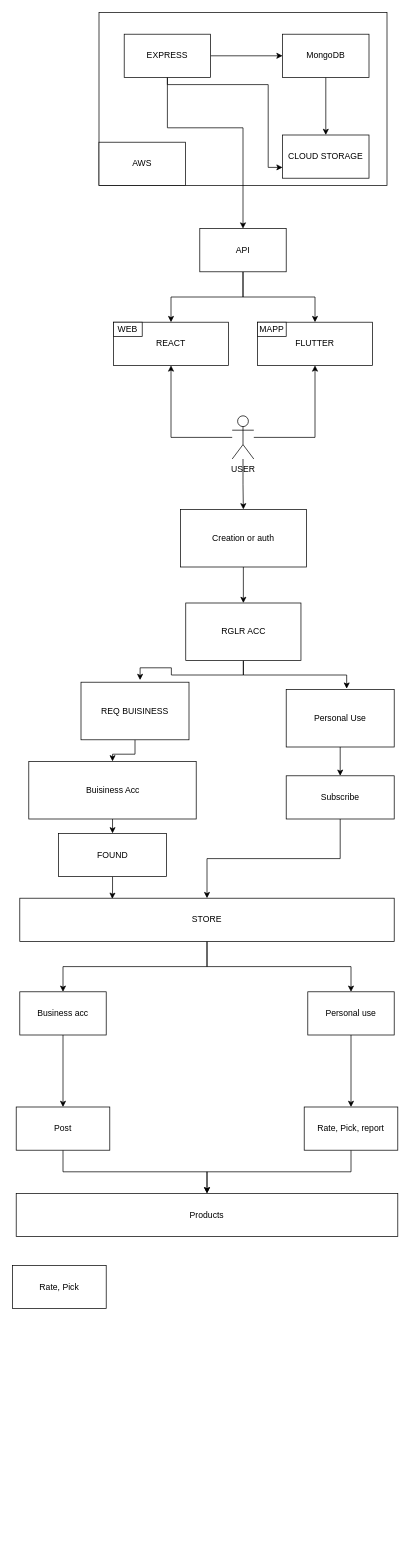
This is draw.io/Untitled Diagram.drawio from onlymachiavelli/draw.io, a draw.io file, before an edit. Source tidied: cells renumbered, new cells numbered last; positions are measured from the earlier drawing's top-left corner, leaving out a move shared by most shapes. Both pictures are drawn from the tidied source at 72%, with x=0, y=0 at pixel (12, 12).
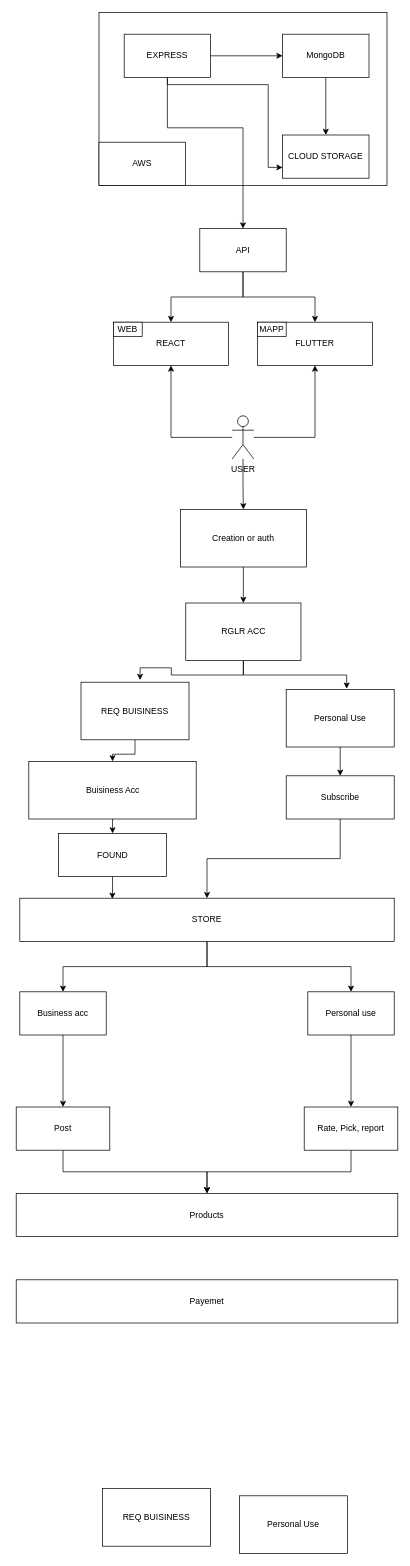
The same page after the edit.

Diff of the diagram source:
```diff
@@
-    <mxCell id="49" value="Rate, Pick" style="rounded=0;whiteSpace=wrap;html=1;" parent="1" vertex="1">
-      <mxGeometry y="1740" width="130" height="60" as="geometry" />
+    <mxCell id="49" value="Payemet" style="rounded=0;whiteSpace=wrap;html=1;" parent="1" vertex="1">
+      <mxGeometry x="5" y="1760" width="530" height="60" as="geometry" />
     </mxCell>
+    <mxCell id="50" value="REQ BUISINESS" style="rounded=0;whiteSpace=wrap;html=1;" parent="1" vertex="1">
+      <mxGeometry x="125" y="2050" width="150" height="80" as="geometry" />
+    </mxCell>
+    <mxCell id="51" value="Personal Use" style="rounded=0;whiteSpace=wrap;html=1;" parent="1" vertex="1">
+      <mxGeometry x="315" y="2060" width="150" height="80" as="geometry" />
+    </mxCell>
```
